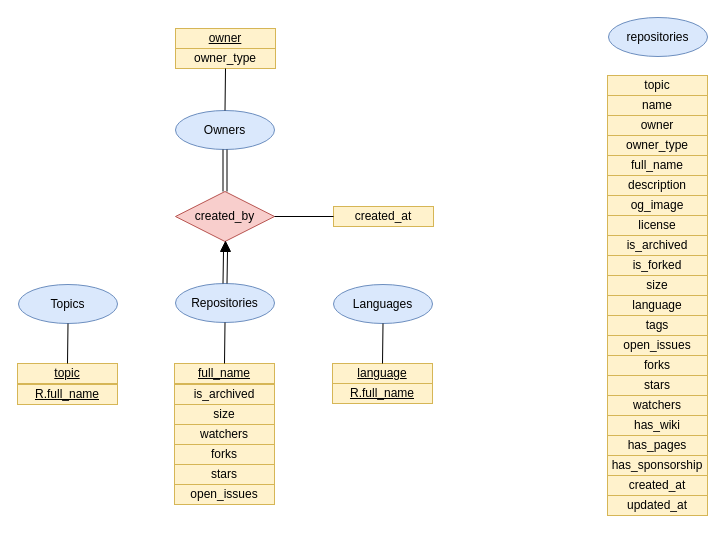
diegoalonso-sm/database-final-project keeps this draw.io diagram as er_model/ER.drawio. Above is the earlier version. Source tidied: cells renumbered, new cells numbered last; positions are measured from the earlier drawing's top-left corner, leaving out a move shared by most shapes. Both pictures are drawn from the tidied source at 100%, with x=0, y=0 at pixel (17, 17).
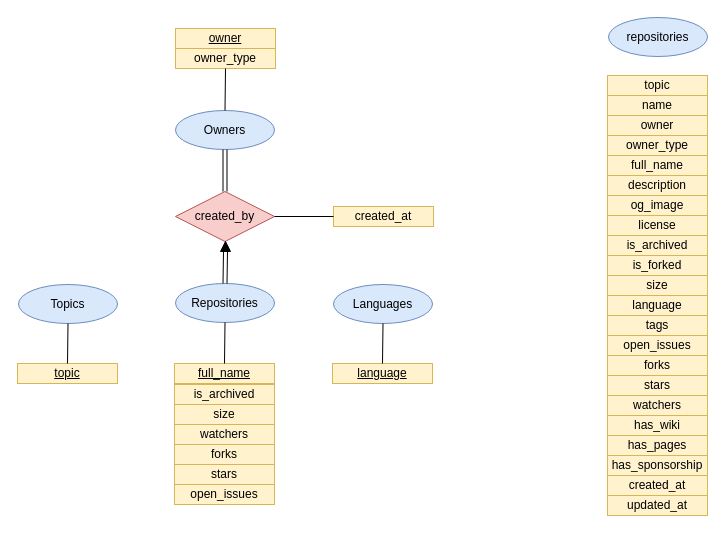
After the change.

What changed in the source:
```diff
@@
-    <mxCell id="47" value="&lt;u&gt;R.full_name&lt;/u&gt;" style="rounded=0;whiteSpace=wrap;html=1;fillColor=#fff2cc;strokeColor=#d6b656;" parent="1" vertex="1">
-      <mxGeometry y="367" width="100" height="20" as="geometry" />
-    </mxCell>
-    <mxCell id="48" value="&lt;u&gt;R.full_name&lt;/u&gt;" style="rounded=0;whiteSpace=wrap;html=1;fillColor=#fff2cc;strokeColor=#d6b656;" parent="1" vertex="1">
-      <mxGeometry x="315" y="366" width="100" height="20" as="geometry" />
-    </mxCell>
```
